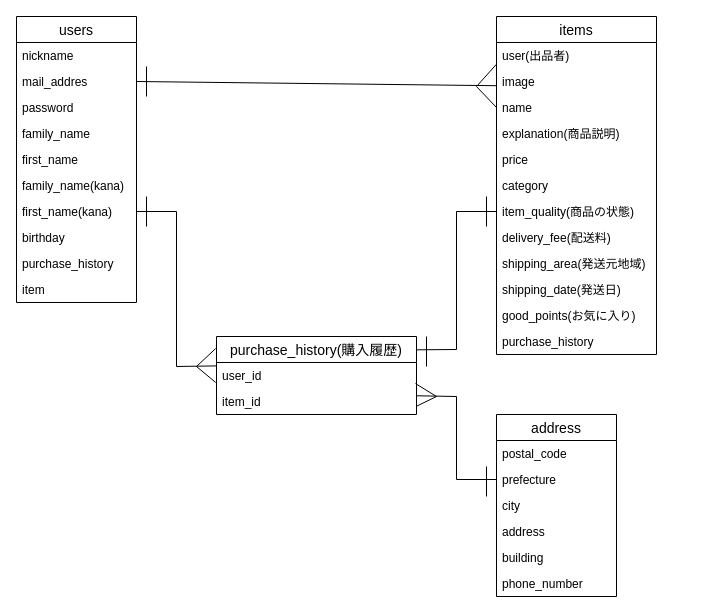
This is ER.dio from human7016/furima-28787, a draw.io file, before an edit. Source tidied: cells renumbered, new cells numbered last; positions are measured from the earlier drawing's top-left corner, leaving out a move shared by most shapes. Both pictures are drawn from the tidied source at 100%, with x=0, y=0 at pixel (16, 16).
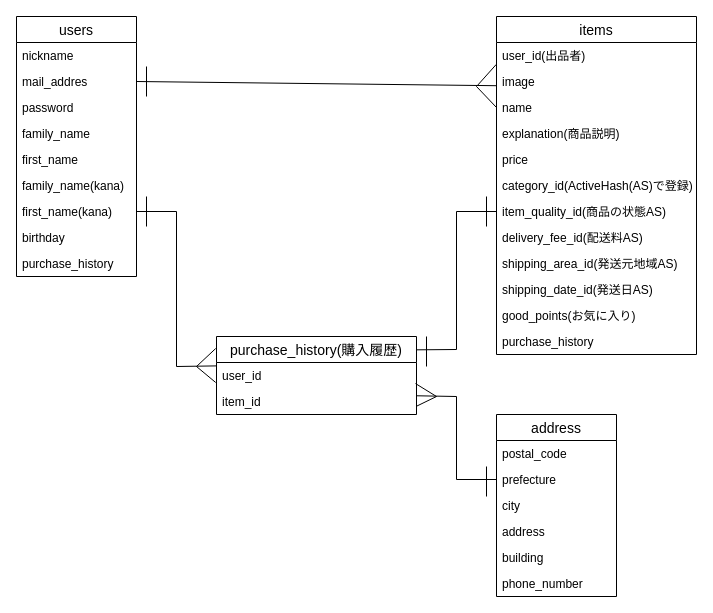
After the change.

Diff of the diagram source:
```diff
@@
     <mxCell id="2" value="users" style="swimlane;fontStyle=0;horizontal=1;startSize=26;align=center;fontSize=14;" parent="1" vertex="1">
-      <mxGeometry width="120" height="286" as="geometry" />
+      <mxGeometry width="120" height="260" as="geometry" />
     </mxCell>
@@
-    <mxCell id="12" value="item" style="text;strokeColor=none;fillColor=none;spacingLeft=4;spacingRight=4;overflow=hidden;fontSize=12;" parent="2" vertex="1">
-      <mxGeometry y="260" width="120" height="26" as="geometry" />
-    </mxCell>
@@
     <mxCell id="14" value="items" style="swimlane;fontStyle=0;horizontal=1;startSize=26;align=center;fontSize=14;" parent="1" vertex="1">
-      <mxGeometry x="480" width="160" height="338" as="geometry" />
+      <mxGeometry x="480" width="200" height="338" as="geometry" />
     </mxCell>
-    <mxCell id="15" value="user(出品者)" style="text;strokeColor=none;fillColor=none;spacingLeft=4;spacingRight=4;overflow=hidden;points=[[0,0.5],[1,0.5]];portConstraint=eastwest;fontSize=12;" parent="14" vertex="1">
-      <mxGeometry y="26" width="160" height="26" as="geometry" />
+    <mxCell id="15" value="user_id(出品者)&#10;" style="text;strokeColor=none;fillColor=none;spacingLeft=4;spacingRight=4;overflow=hidden;points=[[0,0.5],[1,0.5]];portConstraint=eastwest;fontSize=12;" parent="14" vertex="1">
+      <mxGeometry y="26" width="200" height="26" as="geometry" />
     </mxCell>
     <mxCell id="16" value="image" style="text;strokeColor=none;fillColor=none;spacingLeft=4;spacingRight=4;overflow=hidden;points=[[0,0.5],[1,0.5]];portConstraint=eastwest;fontSize=12;" parent="14" vertex="1">
-      <mxGeometry y="52" width="160" height="26" as="geometry" />
+      <mxGeometry y="52" width="200" height="26" as="geometry" />
     </mxCell>
     <mxCell id="17" value="name&#10;" style="text;strokeColor=none;fillColor=none;spacingLeft=4;spacingRight=4;overflow=hidden;points=[[0,0.5],[1,0.5]];portConstraint=eastwest;fontSize=12;" parent="14" vertex="1">
-      <mxGeometry y="78" width="160" height="26" as="geometry" />
+      <mxGeometry y="78" width="200" height="26" as="geometry" />
     </mxCell>
     <mxCell id="18" value="explanation(商品説明)" style="text;strokeColor=none;fillColor=none;spacingLeft=4;spacingRight=4;overflow=hidden;fontSize=12;" parent="14" vertex="1">
-      <mxGeometry y="104" width="160" height="26" as="geometry" />
+      <mxGeometry y="104" width="200" height="26" as="geometry" />
     </mxCell>
     <mxCell id="19" value="price" style="text;strokeColor=none;fillColor=none;spacingLeft=4;spacingRight=4;overflow=hidden;fontSize=12;" parent="14" vertex="1">
-      <mxGeometry y="130" width="160" height="26" as="geometry" />
+      <mxGeometry y="130" width="200" height="26" as="geometry" />
     </mxCell>
-    <mxCell id="20" value="category" style="text;strokeColor=none;fillColor=none;spacingLeft=4;spacingRight=4;overflow=hidden;fontSize=12;" parent="14" vertex="1">
-      <mxGeometry y="156" width="160" height="26" as="geometry" />
+    <mxCell id="20" value="category_id(ActiveHash(AS)で登録)" style="text;strokeColor=none;fillColor=none;spacingLeft=4;spacingRight=4;overflow=hidden;fontSize=12;" parent="14" vertex="1">
+      <mxGeometry y="156" width="200" height="26" as="geometry" />
     </mxCell>
-    <mxCell id="21" value="item_quality(商品の状態)" style="text;strokeColor=none;fillColor=none;spacingLeft=4;spacingRight=4;overflow=hidden;points=[[0,0.5],[1,0.5]];portConstraint=eastwest;fontSize=12;" parent="14" vertex="1">
-      <mxGeometry y="182" width="160" height="26" as="geometry" />
+    <mxCell id="21" value="item_quality_id(商品の状態AS)&#10;" style="text;strokeColor=none;fillColor=none;spacingLeft=4;spacingRight=4;overflow=hidden;points=[[0,0.5],[1,0.5]];portConstraint=eastwest;fontSize=12;" parent="14" vertex="1">
+      <mxGeometry y="182" width="200" height="26" as="geometry" />
     </mxCell>
-    <mxCell id="22" value="delivery_fee(配送料)" style="text;strokeColor=none;fillColor=none;spacingLeft=4;spacingRight=4;overflow=hidden;fontSize=12;" parent="14" vertex="1">
-      <mxGeometry y="208" width="160" height="26" as="geometry" />
+    <mxCell id="22" value="delivery_fee_id(配送料AS)" style="text;strokeColor=none;fillColor=none;spacingLeft=4;spacingRight=4;overflow=hidden;fontSize=12;" parent="14" vertex="1">
+      <mxGeometry y="208" width="200" height="26" as="geometry" />
     </mxCell>
-    <mxCell id="23" value="shipping_area(発送元地域)" style="text;strokeColor=none;fillColor=none;spacingLeft=4;spacingRight=4;overflow=hidden;fontSize=12;" parent="14" vertex="1">
-      <mxGeometry y="234" width="160" height="26" as="geometry" />
+    <mxCell id="23" value="shipping_area_id(発送元地域AS)" style="text;strokeColor=none;fillColor=none;spacingLeft=4;spacingRight=4;overflow=hidden;fontSize=12;" parent="14" vertex="1">
+      <mxGeometry y="234" width="200" height="26" as="geometry" />
     </mxCell>
-    <mxCell id="24" value="shipping_date(発送日)" style="text;strokeColor=none;fillColor=none;spacingLeft=4;spacingRight=4;overflow=hidden;fontSize=12;" parent="14" vertex="1">
-      <mxGeometry y="260" width="160" height="26" as="geometry" />
+    <mxCell id="24" value="shipping_date_id(発送日AS)" style="text;strokeColor=none;fillColor=none;spacingLeft=4;spacingRight=4;overflow=hidden;fontSize=12;" parent="14" vertex="1">
+      <mxGeometry y="260" width="200" height="26" as="geometry" />
     </mxCell>
     <mxCell id="25" value="good_points(お気に入り)" style="text;strokeColor=none;fillColor=none;spacingLeft=4;spacingRight=4;overflow=hidden;fontSize=12;" parent="14" vertex="1">
-      <mxGeometry y="286" width="160" height="26" as="geometry" />
+      <mxGeometry y="286" width="200" height="26" as="geometry" />
     </mxCell>
     <mxCell id="26" value="purchase_history" style="text;strokeColor=none;fillColor=none;spacingLeft=4;spacingRight=4;overflow=hidden;fontSize=12;" parent="14" vertex="1">
-      <mxGeometry y="312" width="160" height="26" as="geometry" />
+      <mxGeometry y="312" width="200" height="26" as="geometry" />
     </mxCell>
```
